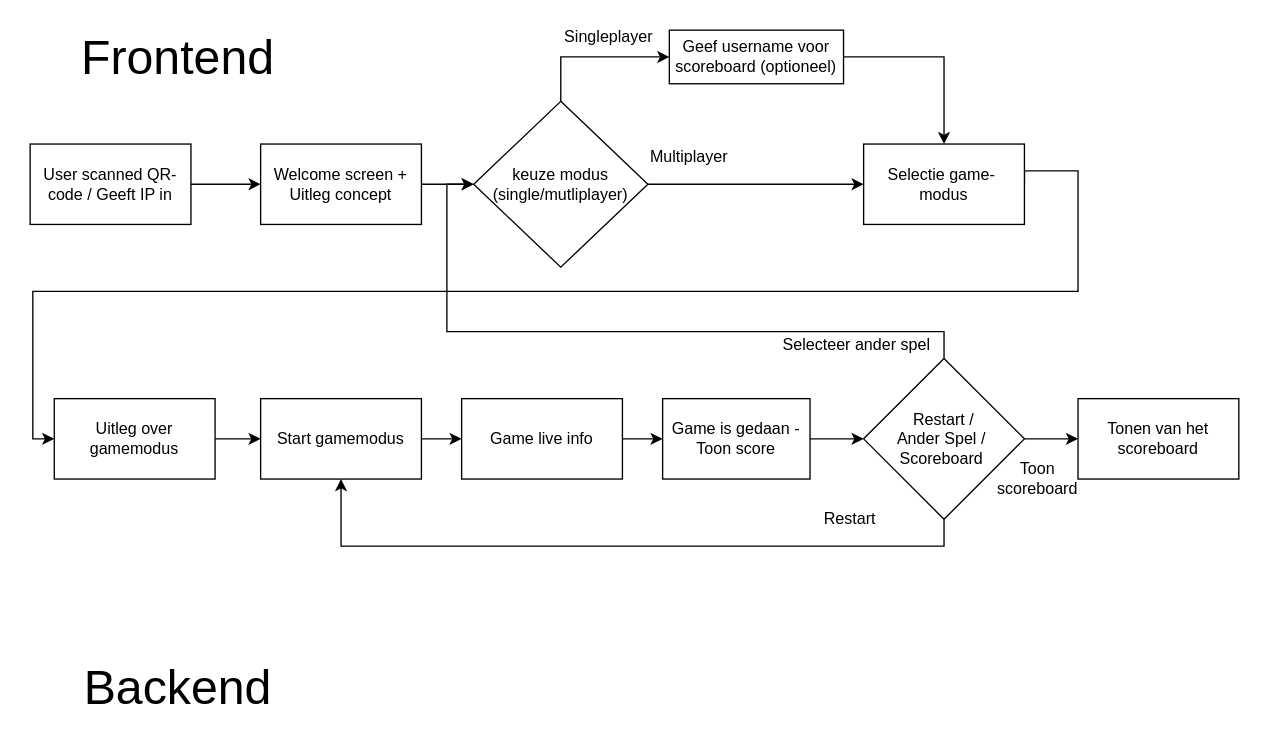
The draw.io diagram documentatie/flows.drawio in WoutDemeyere/Team-Project-TiktEm, before the edit. Source tidied: cells renumbered, new cells numbered last; positions are measured from the earlier drawing's top-left corner, leaving out a move shared by most shapes. Both pictures are drawn from the tidied source at 134%, with x=0, y=0 at pixel (29, 23).
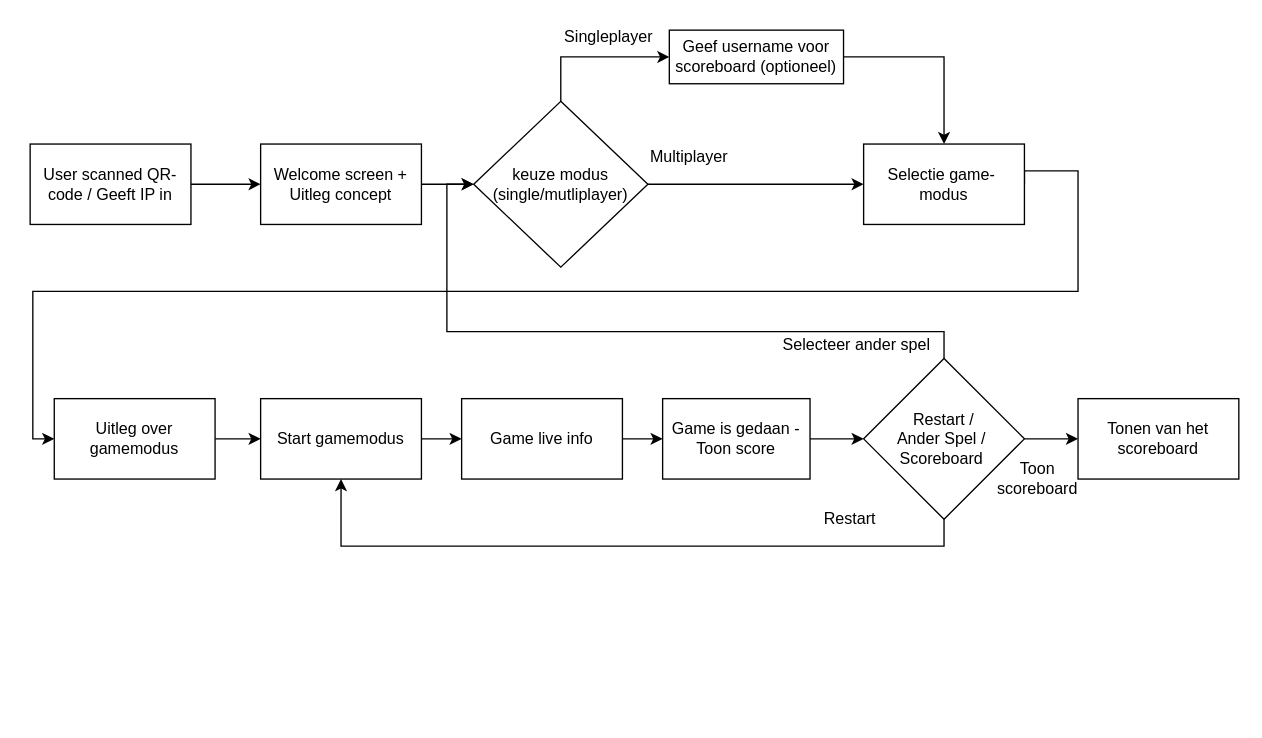
Above is the later version.

Diff of the diagram source:
```diff
@@
-    <mxCell id="4" value="&lt;font style=&quot;font-size: 36px&quot;&gt;Frontend&lt;/font&gt;" style="text;html=1;align=center;verticalAlign=middle;" parent="1" vertex="1">
-      <mxGeometry x="30" y="10" width="160" height="30" as="geometry" />
-    </mxCell>
@@
-    <mxCell id="19" value="&lt;font style=&quot;font-size: 36px&quot;&gt;Backend&lt;/font&gt;" style="text;html=1;align=center;verticalAlign=middle;" parent="1" vertex="1">
-      <mxGeometry x="30" y="480" width="160" height="30" as="geometry" />
-    </mxCell>
```
